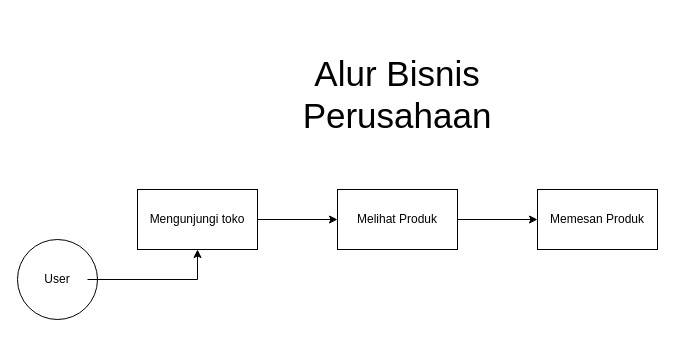
The draw.io diagram alur-perusahaan-parfume.drawio in Mhmmdneil/alur-perusahaan, before the edit. Source tidied: cells renumbered, new cells numbered last; positions are measured from the earlier drawing's top-left corner, leaving out a move shared by most shapes. Both pictures are drawn from the tidied source at 100%, with x=0, y=0 at pixel (17, 69).
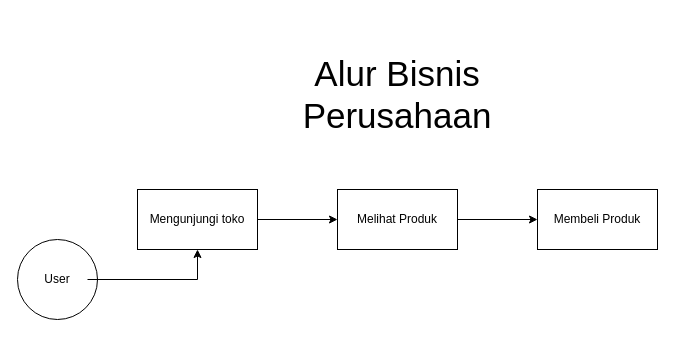
The same page after the edit.

Diff of the diagram source:
```diff
@@
 <mxGraphModel>
   <root>
     <mxCell id="0" />
     <mxCell id="1" parent="0" />
     <mxCell id="2" style="ellipse;whiteSpace=wrap;html=1;" parent="1" vertex="1">
       <mxGeometry y="170" width="80" height="80" as="geometry" />
     </mxCell>
     <mxCell id="3" style="edgeStyle=orthogonalEdgeStyle;rounded=0;jettySize=auto;html=1;" parent="1" edge="1" source="4" target="6">
       <mxGeometry relative="1" as="geometry" />
     </mxCell>
     <mxCell id="4" value="User" style="text;html=1;align=center;verticalAlign=middle;whiteSpace=wrap;rounded=0;" parent="1" vertex="1">
       <mxGeometry x="10" y="195" width="60" height="30" as="geometry" />
     </mxCell>
     <mxCell id="5" style="edgeStyle=orthogonalEdgeStyle;rounded=0;jettySize=auto;html=1;" parent="1" edge="1" source="6" target="8">
       <mxGeometry relative="1" as="geometry" />
     </mxCell>
     <mxCell id="6" value="Mengunjungi toko" style="whiteSpace=wrap;html=1;" parent="1" vertex="1">
       <mxGeometry x="120" y="120" width="120" height="60" as="geometry" />
     </mxCell>
     <mxCell id="7" style="edgeStyle=orthogonalEdgeStyle;rounded=0;jettySize=auto;html=1;" parent="1" edge="1" source="8" target="9">
       <mxGeometry relative="1" as="geometry" />
     </mxCell>
     <mxCell id="8" value="Melihat Produk" style="whiteSpace=wrap;html=1;" parent="1" vertex="1">
       <mxGeometry x="320" y="120" width="120" height="60" as="geometry" />
     </mxCell>
-    <mxCell id="9" value="Memesan Produk" style="whiteSpace=wrap;html=1;" parent="1" vertex="1">
+    <mxCell id="9" value="Membeli Produk" style="whiteSpace=wrap;html=1;" parent="1" vertex="1">
       <mxGeometry x="520" y="120" width="120" height="60" as="geometry" />
     </mxCell>
     <mxCell id="10" value="&lt;p style=&quot;line-height: 120%; font-size: 35px;&quot;&gt;Alur Bisnis Perusahaan&lt;/p&gt;" style="text;html=1;align=center;verticalAlign=middle;whiteSpace=wrap;rounded=0;fontSize=35;" parent="1" vertex="1">
       <mxGeometry x="350" width="60" height="50" as="geometry" />
     </mxCell>
   </root>
 </mxGraphModel>
```
